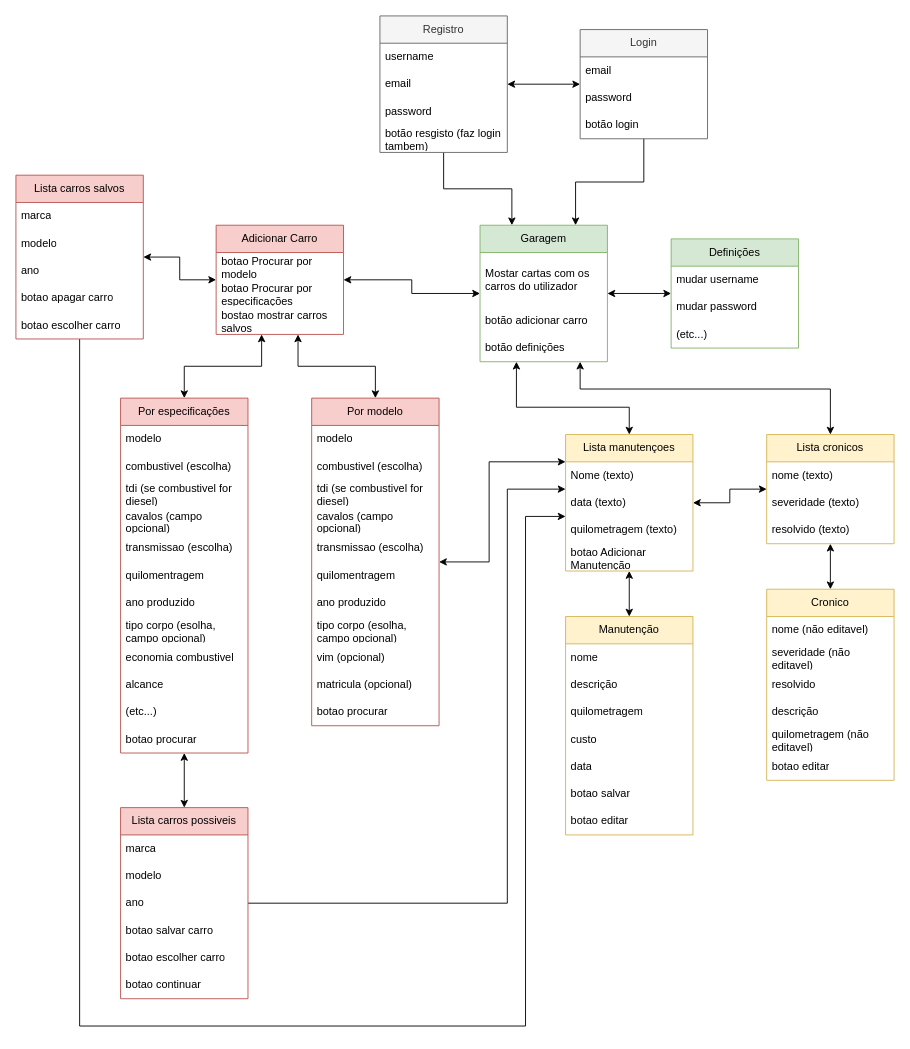
This is common/pageMap.drawio from MukhitKwo/Wrenchly, a draw.io file, before an edit. Source tidied: cells renumbered, new cells numbered last; positions are measured from the earlier drawing's top-left corner, leaving out a move shared by most shapes. Both pictures are drawn from the tidied source at 91%, with x=0, y=0 at pixel (15, 15).
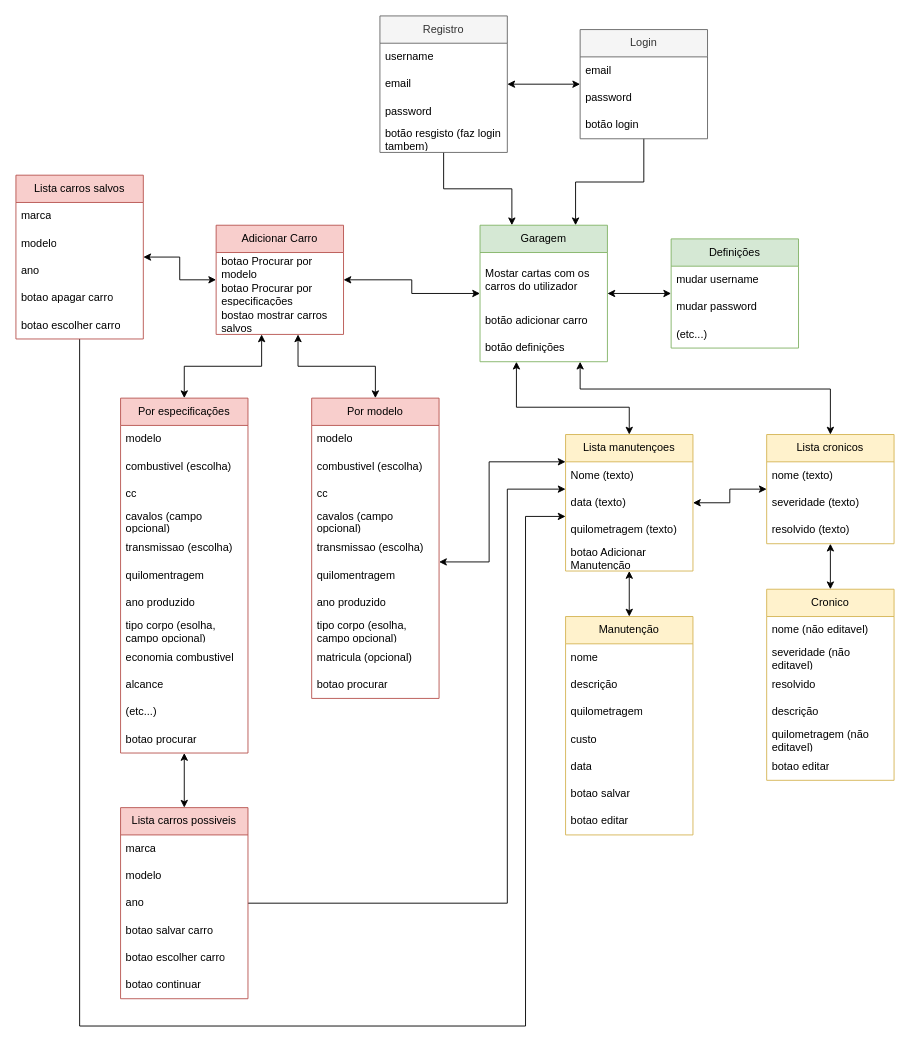
Above is the later version.

The change refers to these unchanged cells:
```xml
<mxCell id="74" value="Por especificações" style="swimlane;fontStyle=0;horizontal=1;startSize=30;whiteSpace=wrap;html=1;fillColor=#f8cecc;strokeColor=#b85450;" parent="1" vertex="1">
  <mxGeometry x="115" y="420" width="140" height="390" as="geometry" />
</mxCell>
```

Diff of the diagram source:
```diff
@@
     <mxCell id="23" value="Por modelo" style="swimlane;fontStyle=0;horizontal=1;startSize=30;whiteSpace=wrap;html=1;fillColor=#f8cecc;strokeColor=#b85450;" parent="1" vertex="1">
-      <mxGeometry x="325" y="420" width="140" height="360" as="geometry" />
+      <mxGeometry x="325" y="420" width="140" height="330" as="geometry" />
     </mxCell>
@@
-    <mxCell id="26" value="tdi (se combustivel for diesel)" style="text;strokeColor=none;fillColor=none;align=left;verticalAlign=middle;spacingLeft=4;spacingRight=4;overflow=hidden;whiteSpace=wrap;html=1;" parent="23" vertex="1">
+    <mxCell id="26" value="cc" style="text;strokeColor=none;fillColor=none;align=left;verticalAlign=middle;spacingLeft=4;spacingRight=4;overflow=hidden;whiteSpace=wrap;html=1;" parent="23" vertex="1">
       <mxGeometry y="90" width="140" height="30" as="geometry" />
     </mxCell>
@@
-    <mxCell id="32" value="vim (opcional)" style="text;strokeColor=none;fillColor=none;align=left;verticalAlign=middle;spacingLeft=4;spacingRight=4;overflow=hidden;whiteSpace=wrap;html=1;" parent="23" vertex="1">
-      <mxGeometry y="270" width="140" height="30" as="geometry" />
-    </mxCell>
     <mxCell id="33" value="matricula (opcional)" style="text;strokeColor=none;fillColor=none;align=left;verticalAlign=middle;spacingLeft=4;spacingRight=4;overflow=hidden;whiteSpace=wrap;html=1;" parent="23" vertex="1">
-      <mxGeometry y="300" width="140" height="30" as="geometry" />
+      <mxGeometry y="270" width="140" height="30" as="geometry" />
     </mxCell>
     <mxCell id="34" value="botao procurar" style="text;strokeColor=none;fillColor=none;align=left;verticalAlign=middle;spacingLeft=4;spacingRight=4;overflow=hidden;whiteSpace=wrap;html=1;" parent="23" vertex="1">
-      <mxGeometry y="330" width="140" height="30" as="geometry" />
+      <mxGeometry y="300" width="140" height="30" as="geometry" />
     </mxCell>
@@
-    <mxCell id="77" value="tdi (se combustivel for diesel)" style="text;strokeColor=none;fillColor=none;align=left;verticalAlign=middle;spacingLeft=4;spacingRight=4;overflow=hidden;whiteSpace=wrap;html=1;" parent="74" vertex="1">
+    <mxCell id="77" value="cc" style="text;strokeColor=none;fillColor=none;align=left;verticalAlign=middle;spacingLeft=4;spacingRight=4;overflow=hidden;whiteSpace=wrap;html=1;" parent="74" vertex="1">
       <mxGeometry y="90" width="140" height="30" as="geometry" />
     </mxCell>
```
